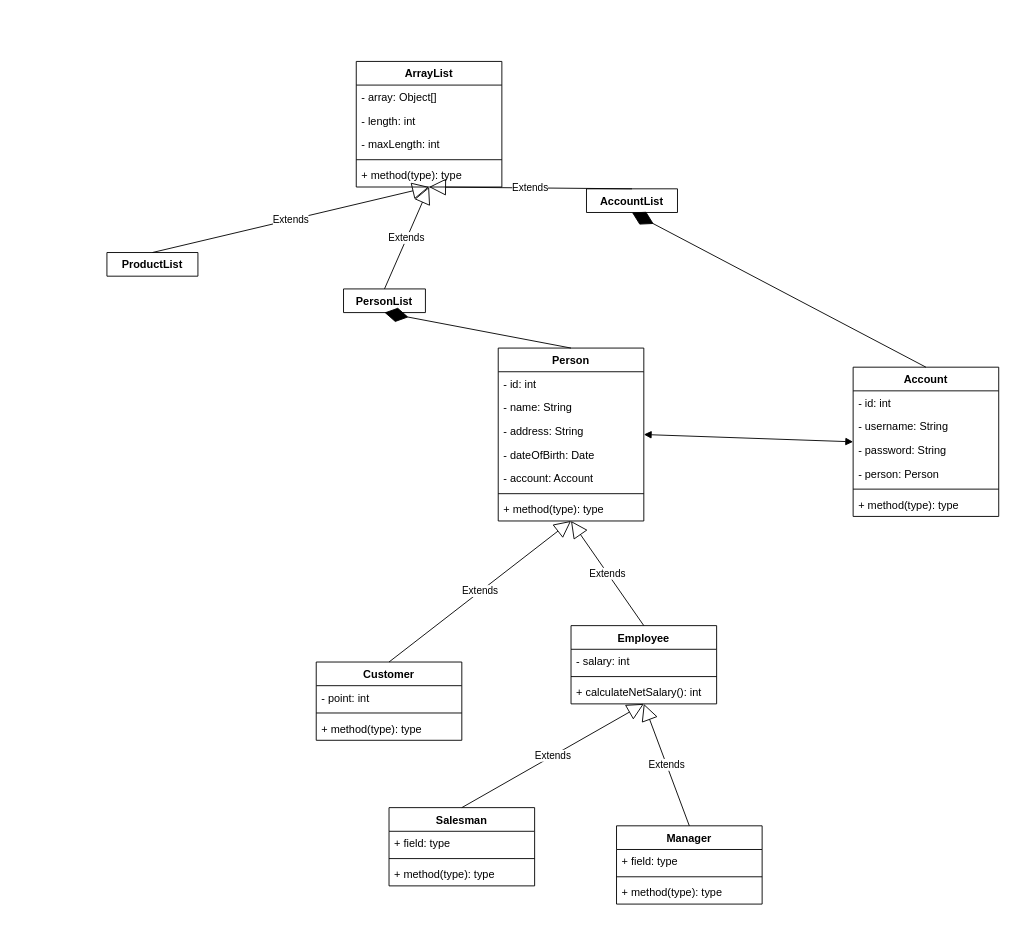
This is drawio/diagram.drawio from HoangGiaBao212/Food-Drink-Ordering-Management-System, a draw.io file, before an edit. Source tidied: cells renumbered, new cells numbered last; positions are measured from the earlier drawing's top-left corner, leaving out a move shared by most shapes. Both pictures are drawn from the tidied source at 91%, with x=0, y=0 at pixel (106, 61).
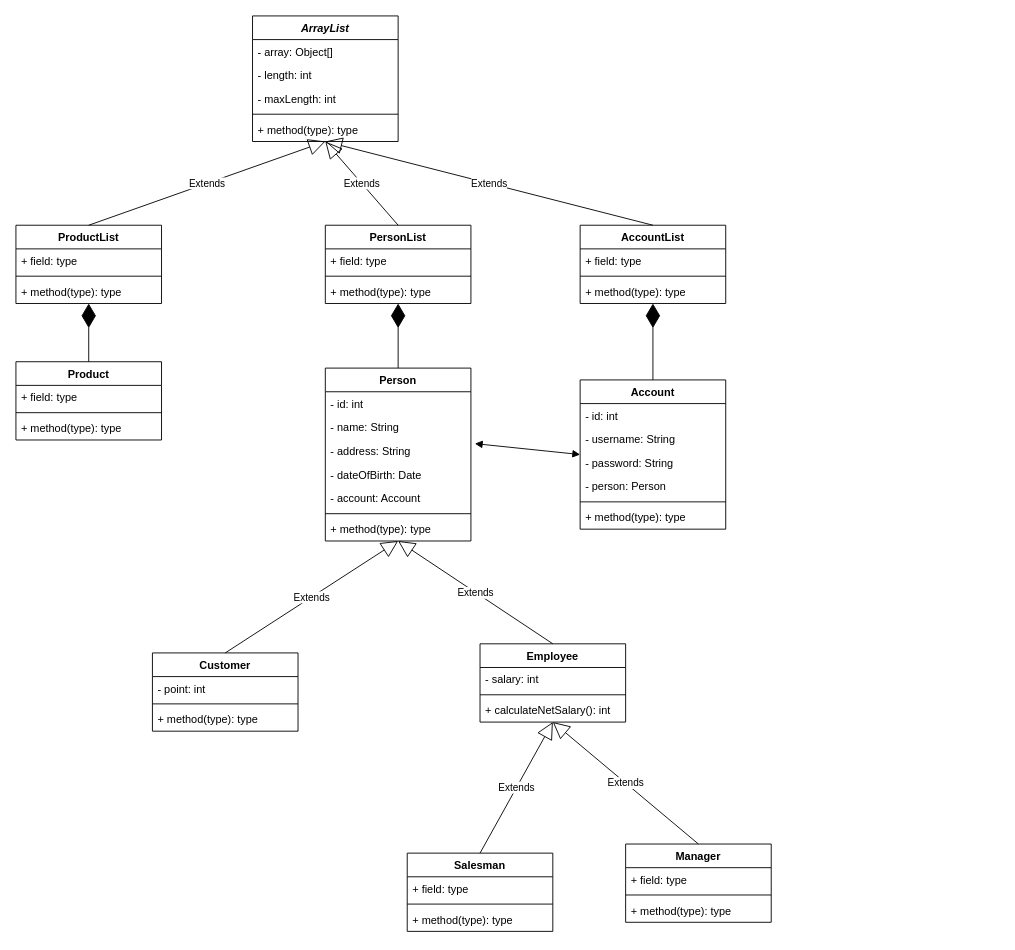
Above is the later version.

Unchanged cells that the change refers to:
```xml
<mxCell id="5" value="- address: String" style="text;strokeColor=none;fillColor=none;align=left;verticalAlign=top;spacingLeft=4;spacingRight=4;overflow=hidden;points=[[0,0.5],[1,0.5]];portConstraint=eastwest;" parent="2" vertex="1">
  <mxGeometry y="78" width="160" height="26" as="geometry" />
</mxCell>
```

What changed in the source:
```diff
@@
     <mxCell id="2" value="Person" style="swimlane;fontStyle=1;align=center;verticalAlign=top;horizontal=1;startSize=26;" parent="1" vertex="1">
-      <mxGeometry x="430" y="315" width="160" height="190" as="geometry" />
+      <mxGeometry x="240" y="337" width="160" height="190" as="geometry" />
     </mxCell>
@@
     <mxCell id="10" value="Customer" style="swimlane;fontStyle=1;align=center;verticalAlign=top;horizontal=1;startSize=26;" parent="1" vertex="1">
-      <mxGeometry x="230" y="660" width="160" height="86" as="geometry" />
+      <mxGeometry x="50" y="650" width="160" height="86" as="geometry" />
     </mxCell>
@@
     <mxCell id="15" value="Employee" style="swimlane;fontStyle=1;align=center;verticalAlign=top;horizontal=1;startSize=26;" parent="1" vertex="1">
-      <mxGeometry x="510" y="620" width="160" height="86" as="geometry" />
+      <mxGeometry x="410" y="640" width="160" height="86" as="geometry" />
     </mxCell>
@@
     <mxCell id="20" value="Salesman" style="swimlane;fontStyle=1;align=center;verticalAlign=top;horizontal=1;startSize=26;" parent="1" vertex="1">
-      <mxGeometry x="310" y="820" width="160" height="86" as="geometry" />
+      <mxGeometry x="330" y="870" width="160" height="86" as="geometry" />
     </mxCell>
@@
     <mxCell id="24" value="Manager" style="swimlane;fontStyle=1;align=center;verticalAlign=top;horizontal=1;startSize=26;" parent="1" vertex="1">
-      <mxGeometry x="560" y="840" width="160" height="86" as="geometry" />
+      <mxGeometry x="570" y="860" width="160" height="86" as="geometry" />
     </mxCell>
@@
     <mxCell id="30" value="Account" style="swimlane;fontStyle=1;align=center;verticalAlign=top;horizontal=1;startSize=26;" parent="1" vertex="1">
-      <mxGeometry x="820" y="336" width="160" height="164" as="geometry" />
+      <mxGeometry x="520" y="350" width="160" height="164" as="geometry" />
     </mxCell>
@@
-    <mxCell id="37" value="AccountList" style="swimlane;fontStyle=1;align=center;verticalAlign=top;horizontal=1;startSize=26;" parent="1" vertex="1" collapsed="1">
-      <mxGeometry x="527" y="140" width="100" height="26" as="geometry" />
+    <mxCell id="37" value="AccountList" style="swimlane;fontStyle=1;align=center;verticalAlign=top;horizontal=1;startSize=26;" parent="1" vertex="1">
+      <mxGeometry x="520" y="180" width="160" height="86" as="geometry" />
     </mxCell>
+    <mxCell id="52" value="+ field: type" style="text;strokeColor=none;fillColor=none;align=left;verticalAlign=top;spacingLeft=4;spacingRight=4;overflow=hidden;" parent="37" vertex="1">
+      <mxGeometry y="26" width="160" height="26" as="geometry" />
+    </mxCell>
+    <mxCell id="53" style="line;strokeWidth=1;fillColor=none;align=left;verticalAlign=middle;spacingTop=-1;spacingLeft=3;spacingRight=3;labelPosition=right;" parent="37" vertex="1">
+      <mxGeometry y="52" width="160" height="8" as="geometry" />
+    </mxCell>
+    <mxCell id="54" value="+ method(type): type" style="text;strokeColor=none;fillColor=none;align=left;verticalAlign=top;spacingLeft=4;spacingRight=4;overflow=hidden;" parent="37" vertex="1">
+      <mxGeometry y="60" width="160" height="26" as="geometry" />
+    </mxCell>
-    <mxCell id="38" value="ArrayList" style="swimlane;fontStyle=1;align=center;verticalAlign=top;horizontal=1;startSize=26;" parent="1" vertex="1">
-      <mxGeometry x="274" width="160" height="138" as="geometry" />
+    <mxCell id="38" value="ArrayList" style="swimlane;fontStyle=3;align=center;verticalAlign=top;horizontal=1;startSize=26;" parent="1" vertex="1">
+      <mxGeometry x="160" y="-50" width="160" height="138" as="geometry" />
     </mxCell>
@@
-    <mxCell id="45" value="PersonList" style="swimlane;fontStyle=1;align=center;verticalAlign=top;horizontal=1;startSize=26;" parent="1" vertex="1" collapsed="1">
-      <mxGeometry x="260" y="250" width="90" height="26" as="geometry" />
+    <mxCell id="45" value="PersonList" style="swimlane;fontStyle=1;align=center;verticalAlign=top;horizontal=1;startSize=26;" parent="1" vertex="1">
+      <mxGeometry x="240" y="180" width="160" height="86" as="geometry" />
     </mxCell>
+    <mxCell id="55" value="+ field: type" style="text;strokeColor=none;fillColor=none;align=left;verticalAlign=top;spacingLeft=4;spacingRight=4;overflow=hidden;" parent="45" vertex="1">
+      <mxGeometry y="26" width="160" height="26" as="geometry" />
+    </mxCell>
+    <mxCell id="56" style="line;strokeWidth=1;fillColor=none;align=left;verticalAlign=middle;spacingTop=-1;spacingLeft=3;spacingRight=3;labelPosition=right;" parent="45" vertex="1">
+      <mxGeometry y="52" width="160" height="8" as="geometry" />
+    </mxCell>
+    <mxCell id="57" value="+ method(type): type" style="text;strokeColor=none;fillColor=none;align=left;verticalAlign=top;spacingLeft=4;spacingRight=4;overflow=hidden;" parent="45" vertex="1">
+      <mxGeometry y="60" width="160" height="26" as="geometry" />
+    </mxCell>
@@
-    <mxCell id="47" value="ProductList" style="swimlane;fontStyle=1;align=center;verticalAlign=top;horizontal=1;startSize=26;" parent="1" vertex="1" collapsed="1">
-      <mxGeometry y="210" width="100" height="26" as="geometry" />
+    <mxCell id="47" value="ProductList" style="swimlane;fontStyle=1;align=center;verticalAlign=top;horizontal=1;startSize=26;" parent="1" vertex="1">
+      <mxGeometry x="-100" y="180" width="160" height="86" as="geometry" />
     </mxCell>
+    <mxCell id="58" value="+ field: type" style="text;strokeColor=none;fillColor=none;align=left;verticalAlign=top;spacingLeft=4;spacingRight=4;overflow=hidden;" parent="47" vertex="1">
+      <mxGeometry y="26" width="160" height="26" as="geometry" />
+    </mxCell>
+    <mxCell id="59" style="line;strokeWidth=1;fillColor=none;align=left;verticalAlign=middle;spacingTop=-1;spacingLeft=3;spacingRight=3;labelPosition=right;" parent="47" vertex="1">
+      <mxGeometry y="52" width="160" height="8" as="geometry" />
+    </mxCell>
+    <mxCell id="60" value="+ method(type): type" style="text;strokeColor=none;fillColor=none;align=left;verticalAlign=top;spacingLeft=4;spacingRight=4;overflow=hidden;" parent="47" vertex="1">
+      <mxGeometry y="60" width="160" height="26" as="geometry" />
+    </mxCell>
-    <mxCell id="48" style="endArrow=block;startArrow=block;endFill=1;startFill=1;html=1;exitX=1;exitY=0.5;exitDx=0;exitDy=0;entryX=0;entryY=0.5;entryDx=0;entryDy=0;" parent="1" edge="1" source="2" target="30">
+    <mxCell id="48" style="endArrow=block;startArrow=block;endFill=1;startFill=1;html=1;exitX=1.027;exitY=0.192;exitDx=0;exitDy=0;entryX=0;entryY=0.5;entryDx=0;entryDy=0;exitPerimeter=0;" parent="1" edge="1" source="5" target="30">
       <mxGeometry relative="1" as="geometry" />
     </mxCell>
@@
+    <mxCell id="61" value="Product" style="swimlane;fontStyle=1;align=center;verticalAlign=top;horizontal=1;startSize=26;" parent="1" vertex="1">
+      <mxGeometry x="-100" y="330" width="160" height="86" as="geometry" />
+    </mxCell>
+    <mxCell id="62" value="+ field: type" style="text;strokeColor=none;fillColor=none;align=left;verticalAlign=top;spacingLeft=4;spacingRight=4;overflow=hidden;" parent="61" vertex="1">
+      <mxGeometry y="26" width="160" height="26" as="geometry" />
+    </mxCell>
+    <mxCell id="63" style="line;strokeWidth=1;fillColor=none;align=left;verticalAlign=middle;spacingTop=-1;spacingLeft=3;spacingRight=3;labelPosition=right;" parent="61" vertex="1">
+      <mxGeometry y="52" width="160" height="8" as="geometry" />
+    </mxCell>
+    <mxCell id="64" value="+ method(type): type" style="text;strokeColor=none;fillColor=none;align=left;verticalAlign=top;spacingLeft=4;spacingRight=4;overflow=hidden;" parent="61" vertex="1">
+      <mxGeometry y="60" width="160" height="26" as="geometry" />
+    </mxCell>
+    <mxCell id="65" style="endArrow=diamondThin;endFill=1;endSize=24;html=1;exitX=0.5;exitY=0;exitDx=0;exitDy=0;entryX=0.5;entryY=1;entryDx=0;entryDy=0;" parent="1" edge="1" source="61" target="47">
+      <mxGeometry relative="1" as="geometry" />
+    </mxCell>
```
